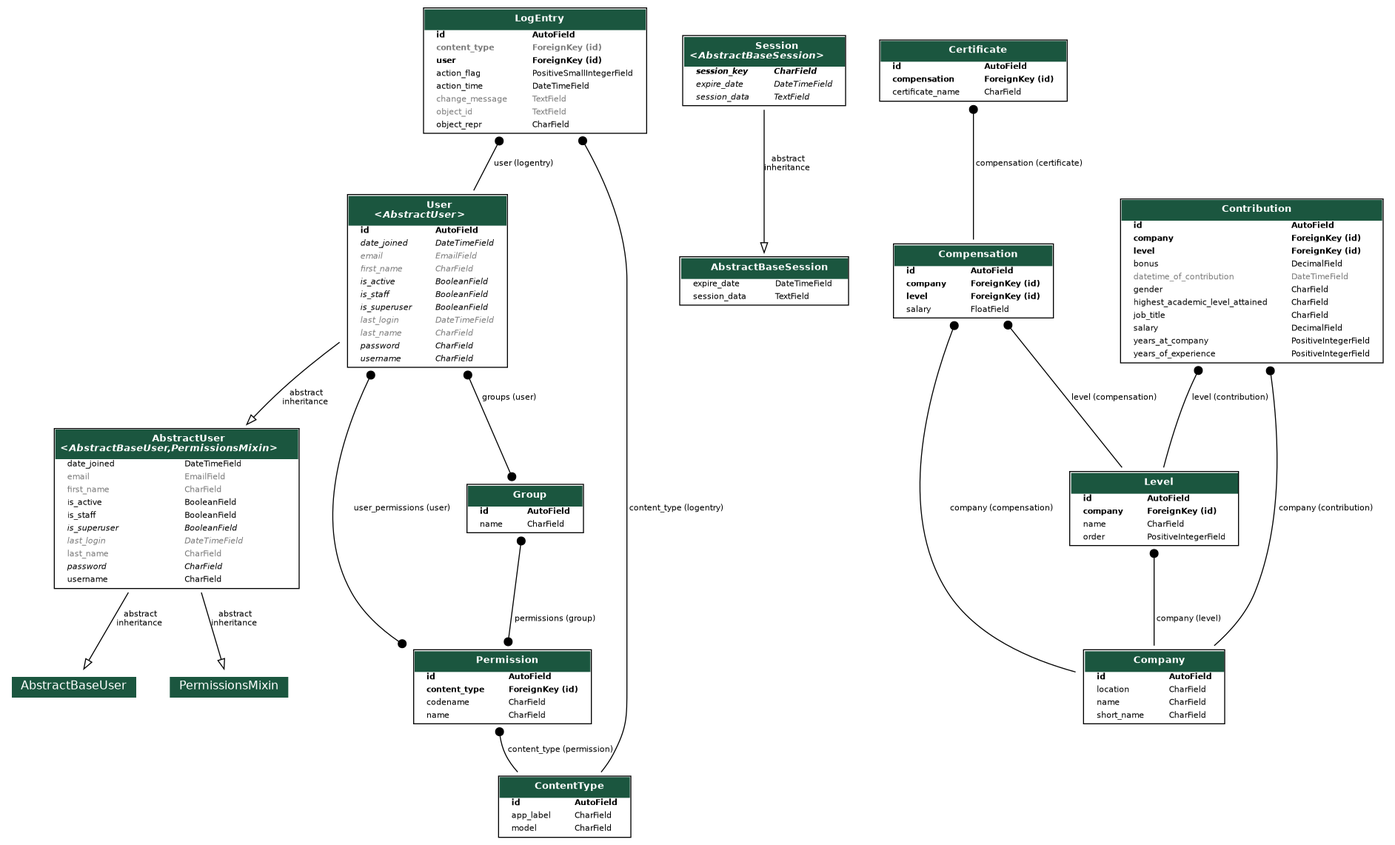
Above: output.png in cit-boys/api (Graphviz), before the change. Its source is kept beside it as output.dot.
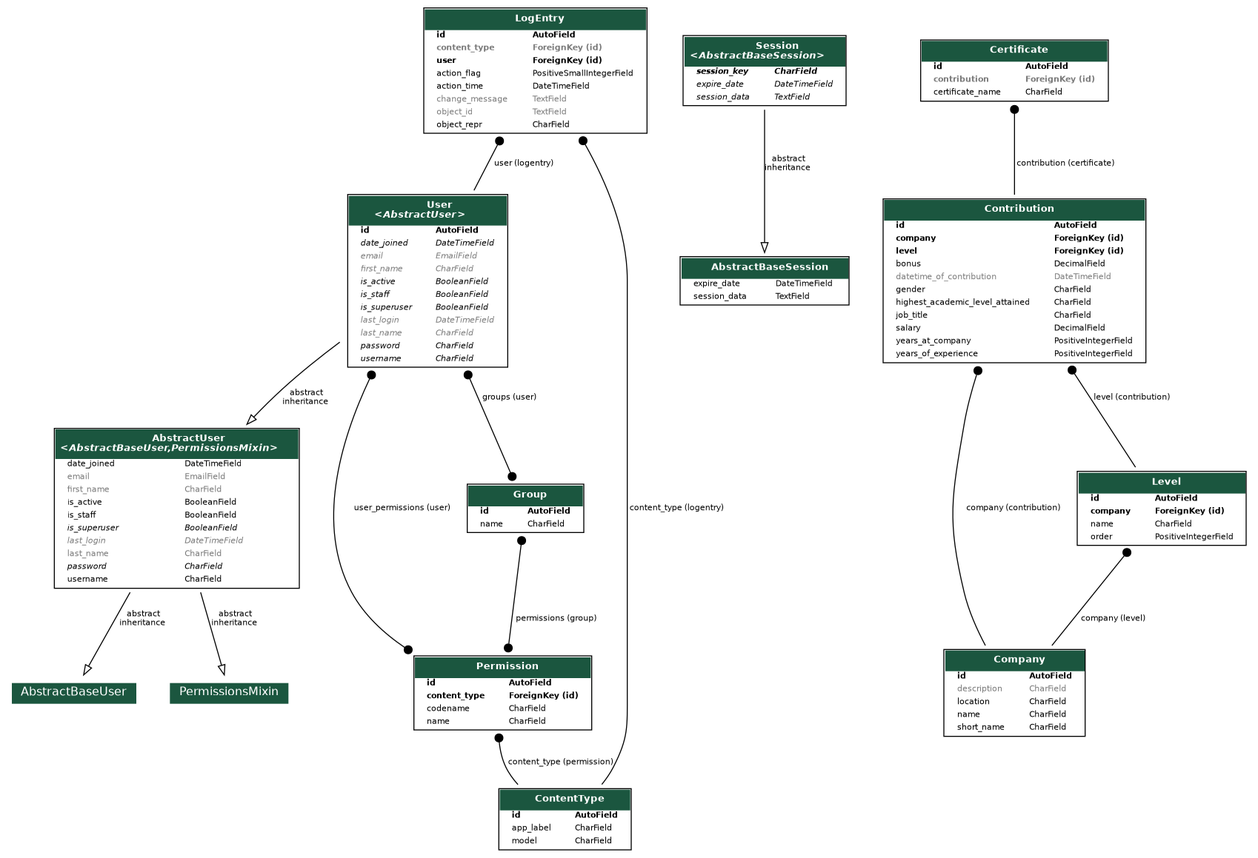
After the change.

Diff of the diagram source:
```diff
@@ -470,6 +470,14 @@
 
 
     <TR><TD ALIGN="LEFT" BORDER="0">
+    <FONT COLOR="#7B7B7B" FACE="Roboto">description</FONT>
+    </TD><TD ALIGN="LEFT">
+    <FONT COLOR="#7B7B7B" FACE="Roboto">CharField</FONT>
+    </TD></TR>
+
+
+
+    <TR><TD ALIGN="LEFT" BORDER="0">
     <FONT FACE="Roboto">location</FONT>
     </TD><TD ALIGN="LEFT">
     <FONT FACE="Roboto">CharField</FONT>
@@ -531,48 +539,6 @@
     <FONT FACE="Roboto">order</FONT>
     </TD><TD ALIGN="LEFT">
     <FONT FACE="Roboto">PositiveIntegerField</FONT>
-    </TD></TR>
-
-
-    </TABLE>
-    >]
-
-  src_mysalary_models_Compensation [label=<
-    <TABLE BGCOLOR="white" BORDER="1" CELLBORDER="0" CELLSPACING="0">
-    <TR><TD COLSPAN="2" CELLPADDING="5" ALIGN="CENTER" BGCOLOR="#1b563f">
-    <FONT FACE="Roboto" COLOR="white" POINT-SIZE="10"><B>
-    Compensation
-    </B></FONT></TD></TR>
-
-
-    <TR><TD ALIGN="LEFT" BORDER="0">
-    <FONT FACE="Roboto"><B>id</B></FONT>
-    </TD><TD ALIGN="LEFT">
-    <FONT FACE="Roboto"><B>AutoField</B></FONT>
-    </TD></TR>
-
-
-
-    <TR><TD ALIGN="LEFT" BORDER="0">
-    <FONT FACE="Roboto"><B>company</B></FONT>
-    </TD><TD ALIGN="LEFT">
-    <FONT FACE="Roboto"><B>ForeignKey (id)</B></FONT>
-    </TD></TR>
-
-
-
-    <TR><TD ALIGN="LEFT" BORDER="0">
-    <FONT FACE="Roboto"><B>level</B></FONT>
-    </TD><TD ALIGN="LEFT">
-    <FONT FACE="Roboto"><B>ForeignKey (id)</B></FONT>
-    </TD></TR>
-
-
-
-    <TR><TD ALIGN="LEFT" BORDER="0">
-    <FONT FACE="Roboto">salary</FONT>
-    </TD><TD ALIGN="LEFT">
-    <FONT FACE="Roboto">FloatField</FONT>
     </TD></TR>
 
 
@@ -694,9 +660,9 @@
 
 
     <TR><TD ALIGN="LEFT" BORDER="0">
-    <FONT FACE="Roboto"><B>compensation</B></FONT>
+    <FONT COLOR="#7B7B7B" FACE="Roboto"><B>contribution</B></FONT>
     </TD><TD ALIGN="LEFT">
-    <FONT FACE="Roboto"><B>ForeignKey (id)</B></FONT>
+    <FONT COLOR="#7B7B7B" FACE="Roboto"><B>ForeignKey (id)</B></FONT>
     </TD></TR>
 
 
@@ -764,20 +730,14 @@
   src_mysalary_models_Level -> src_mysalary_models_Company
   [label=" company (level)"] [arrowhead=none, arrowtail=dot, dir=both];
 
-  src_mysalary_models_Compensation -> src_mysalary_models_Company
-  [label=" company (compensation)"] [arrowhead=none, arrowtail=dot, dir=both];
-
-  src_mysalary_models_Compensation -> src_mysalary_models_Level
-  [label=" level (compensation)"] [arrowhead=none, arrowtail=dot, dir=both];
-
   src_mysalary_models_Contribution -> src_mysalary_models_Company
   [label=" company (contribution)"] [arrowhead=none, arrowtail=dot, dir=both];
 
   src_mysalary_models_Contribution -> src_mysalary_models_Level
   [label=" level (contribution)"] [arrowhead=none, arrowtail=dot, dir=both];
 
-  src_mysalary_models_Certificate -> src_mysalary_models_Compensation
-  [label=" compensation (certificate)"] [arrowhead=none, arrowtail=dot, dir=both];
+  src_mysalary_models_Certificate -> src_mysalary_models_Contribution
+  [label=" contribution (certificate)"] [arrowhead=none, arrowtail=dot, dir=both];
 
 
 }
```
